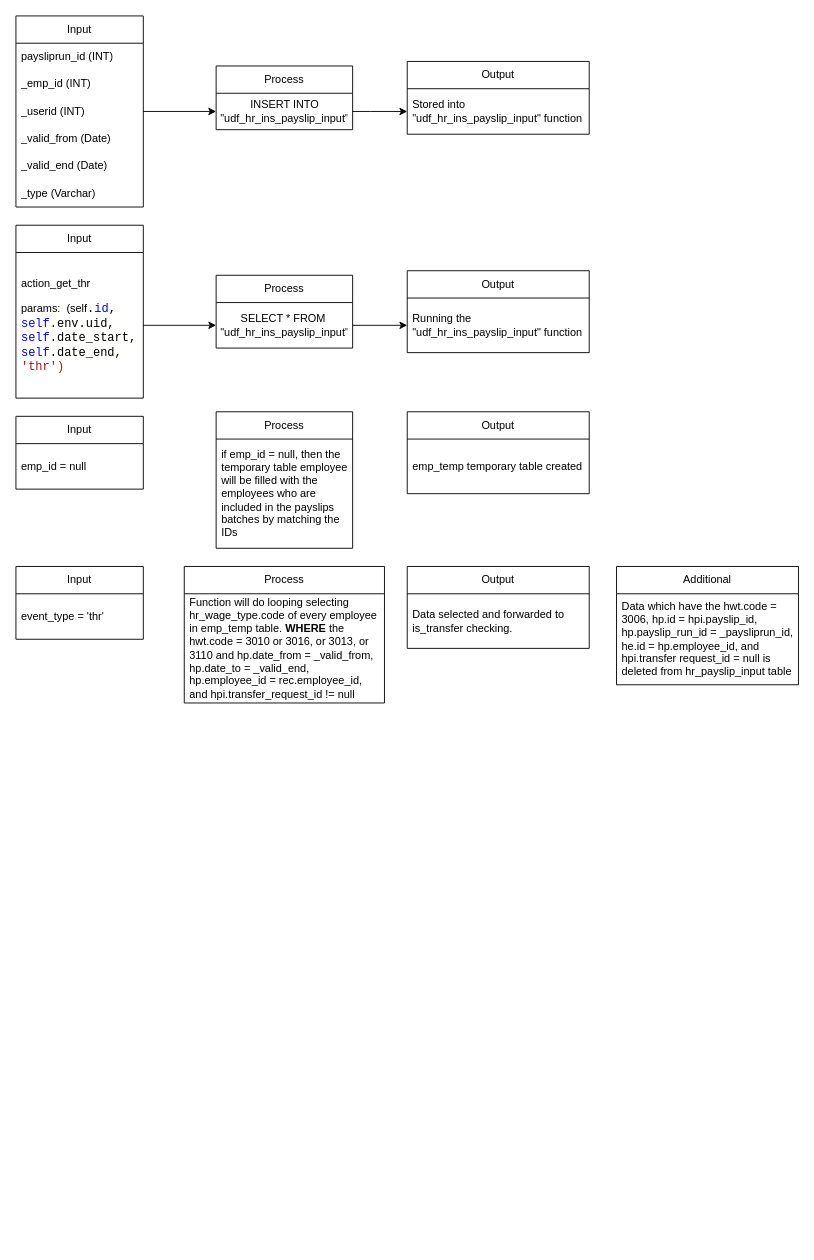
jezreelkosasih/diagram keeps this draw.io diagram as IO payroll.drawio. Above is the earlier version. Source tidied: cells renumbered, new cells numbered last; positions are measured from the earlier drawing's top-left corner, leaving out a move shared by most shapes. Both pictures are drawn from the tidied source at 91%, with x=0, y=0 at pixel (15, 15).
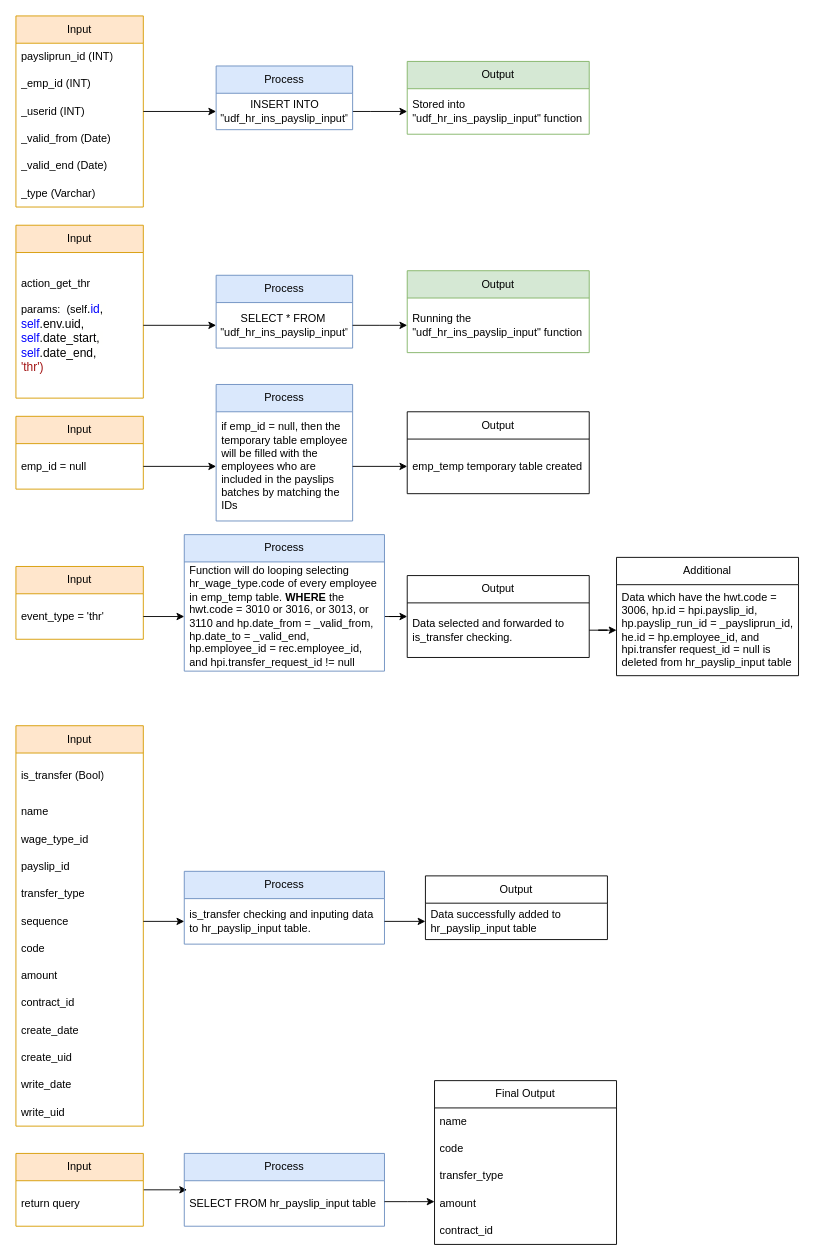
After the change.

The change refers to these unchanged cells:
```xml
<mxCell id="24" value="emp_id = null" style="text;strokeColor=none;fillColor=none;align=left;verticalAlign=middle;spacingLeft=4;spacingRight=4;overflow=hidden;points=[[0,0.5],[1,0.5]];portConstraint=eastwest;whiteSpace=wrap;html=1;" parent="23" vertex="1">
  <mxGeometry y="30" width="140" height="50" as="geometry" />
</mxCell>
<mxCell id="26" value="emp_temp temporary table created" style="text;strokeColor=none;fillColor=none;align=left;verticalAlign=middle;spacingLeft=4;spacingRight=4;overflow=hidden;points=[[0,0.5],[1,0.5]];portConstraint=eastwest;whiteSpace=wrap;html=1;" parent="25" vertex="1">
  <mxGeometry y="30" width="200" height="60" as="geometry" />
</mxCell>
<mxCell id="28" value="&lt;div style=&quot;&quot;&gt;&lt;span style=&quot;background-color: initial;&quot;&gt;if emp_id = null, then the temporary table employee will be filled with the employees who are included in the payslips batches by matching the IDs&lt;/span&gt;&lt;/div&gt;" style="text;strokeColor=none;fillColor=none;align=left;verticalAlign=middle;spacingLeft=4;spacingRight=4;overflow=hidden;points=[[0,0.5],[1,0.5]];portConstraint=eastwest;whiteSpace=wrap;html=1;" parent="27" vertex="1">
  <mxGeometry y="30" width="150" height="120" as="geometry" />
</mxCell>
<mxCell id="30" value="event_type = 'thr'" style="text;strokeColor=none;fillColor=none;align=left;verticalAlign=middle;spacingLeft=4;spacingRight=4;overflow=hidden;points=[[0,0.5],[1,0.5]];portConstraint=eastwest;whiteSpace=wrap;html=1;" parent="29" vertex="1">
  <mxGeometry y="30" width="140" height="50" as="geometry" />
</mxCell>
<mxCell id="32" value="Data selected and forwarded to is_transfer checking." style="text;strokeColor=none;fillColor=none;align=left;verticalAlign=middle;spacingLeft=4;spacingRight=4;overflow=hidden;points=[[0,0.5],[1,0.5]];portConstraint=eastwest;whiteSpace=wrap;html=1;" parent="31" vertex="1">
  <mxGeometry y="30" width="200" height="60" as="geometry" />
</mxCell>
<mxCell id="34" value="&lt;div style=&quot;&quot;&gt;Function will do looping selecting hr_wage_type.code of every employee in emp_temp table. &lt;b&gt;WHERE &lt;/b&gt;the hwt.code = 3010 or 3016, or 3013, or 3110 and hp.date_from = _valid_from, hp.date_to = _valid_end, hp.employee_id = rec.employee_id, and hpi.transfer_request_id != null&amp;nbsp;&lt;/div&gt;" style="text;strokeColor=none;fillColor=none;align=left;verticalAlign=middle;spacingLeft=4;spacingRight=4;overflow=hidden;points=[[0,0.5],[1,0.5]];portConstraint=eastwest;whiteSpace=wrap;html=1;" parent="33" vertex="1">
  <mxGeometry y="30" width="220" height="120" as="geometry" />
</mxCell>
<mxCell id="36" value="Data which have the hwt.code = 3006, hp.id = hpi.payslip_id, hp.payslip_run_id = _paysliprun_id, he.id = hp.employee_id, and hpi.transfer request_id = null is deleted from hr_payslip_input table" style="text;strokeColor=none;fillColor=none;align=left;verticalAlign=middle;spacingLeft=4;spacingRight=4;overflow=hidden;points=[[0,0.5],[1,0.5]];portConstraint=eastwest;whiteSpace=wrap;html=1;" parent="35" vertex="1">
  <mxGeometry y="30" width="200" height="100" as="geometry" />
</mxCell>
```

The edit, as a diff of the source:
```diff
@@
-    <mxCell id="2" value="Input" style="swimlane;fontStyle=0;horizontal=1;startSize=30;whiteSpace=wrap;html=1;" parent="1" vertex="1">
+    <mxCell id="2" value="Input" style="swimlane;fontStyle=0;horizontal=1;startSize=30;whiteSpace=wrap;html=1;fillColor=#ffe6cc;strokeColor=#d79b00;" parent="1" vertex="1">
       <mxGeometry width="140" height="210" as="geometry" />
     </mxCell>
@@
-    <mxCell id="10" value="Process" style="swimlane;fontStyle=0;horizontal=1;startSize=30;whiteSpace=wrap;html=1;" parent="1" vertex="1">
+    <mxCell id="10" value="Process" style="swimlane;fontStyle=0;horizontal=1;startSize=30;whiteSpace=wrap;html=1;fillColor=#dae8fc;strokeColor=#6c8ebf;" parent="1" vertex="1">
       <mxGeometry x="220" y="55" width="150" height="70" as="geometry" />
     </mxCell>
@@
-    <mxCell id="12" value="Output" style="swimlane;fontStyle=0;horizontal=1;startSize=30;whiteSpace=wrap;html=1;" parent="1" vertex="1">
+    <mxCell id="12" value="Output" style="swimlane;fontStyle=0;horizontal=1;startSize=30;whiteSpace=wrap;html=1;fillColor=#d5e8d4;strokeColor=#82b366;" parent="1" vertex="1">
       <mxGeometry x="430" y="50" width="200" height="80" as="geometry" />
     </mxCell>
@@
-    <mxCell id="14" value="Input" style="swimlane;fontStyle=0;horizontal=1;startSize=30;whiteSpace=wrap;html=1;" parent="1" vertex="1">
+    <mxCell id="14" value="Input" style="swimlane;fontStyle=0;horizontal=1;startSize=30;whiteSpace=wrap;html=1;fillColor=#ffe6cc;strokeColor=#d79b00;" parent="1" vertex="1">
       <mxGeometry y="230" width="140" height="190" as="geometry" />
     </mxCell>
-    <mxCell id="15" value="action_get_thr&lt;br&gt;&lt;br&gt;params:&amp;nbsp; (self&lt;span style=&quot;background-color: rgb(255, 255, 254); font-family: Consolas, &amp;quot;Courier New&amp;quot;, monospace; font-size: 13.2px;&quot;&gt;.&lt;/span&gt;&lt;span style=&quot;font-family: Consolas, &amp;quot;Courier New&amp;quot;, monospace; font-size: 13.2px; color: rgb(0, 0, 255);&quot;&gt;id&lt;/span&gt;&lt;span style=&quot;background-color: rgb(255, 255, 254); font-family: Consolas, &amp;quot;Courier New&amp;quot;, monospace; font-size: 13.2px;&quot;&gt;,&amp;nbsp;&lt;br&gt;&lt;/span&gt;&lt;span style=&quot;font-family: Consolas, &amp;quot;Courier New&amp;quot;, monospace; font-size: 13.2px; color: rgb(0, 0, 255);&quot;&gt;self&lt;/span&gt;&lt;span style=&quot;background-color: rgb(255, 255, 254); font-family: Consolas, &amp;quot;Courier New&amp;quot;, monospace; font-size: 13.2px;&quot;&gt;.env.uid,&amp;nbsp;&lt;br&gt;&lt;/span&gt;&lt;span style=&quot;font-family: Consolas, &amp;quot;Courier New&amp;quot;, monospace; font-size: 13.2px; color: rgb(0, 0, 255);&quot;&gt;self&lt;/span&gt;&lt;span style=&quot;background-color: rgb(255, 255, 254); font-family: Consolas, &amp;quot;Courier New&amp;quot;, monospace; font-size: 13.2px;&quot;&gt;.date_start,&amp;nbsp;&lt;br&gt;&lt;/span&gt;&lt;span style=&quot;font-family: Consolas, &amp;quot;Courier New&amp;quot;, monospace; font-size: 13.2px; color: rgb(0, 0, 255);&quot;&gt;self&lt;/span&gt;&lt;span style=&quot;background-color: rgb(255, 255, 254); font-family: Consolas, &amp;quot;Courier New&amp;quot;, monospace; font-size: 13.2px;&quot;&gt;.date_end,&amp;nbsp;&lt;br&gt;&lt;/span&gt;&lt;span style=&quot;font-family: Consolas, &amp;quot;Courier New&amp;quot;, monospace; font-size: 13.2px; color: rgb(163, 21, 21);&quot;&gt;'thr')&lt;/span&gt;" style="text;strokeColor=none;fillColor=none;align=left;verticalAlign=middle;spacingLeft=4;spacingRight=4;overflow=hidden;points=[[0,0.5],[1,0.5]];portConstraint=eastwest;whiteSpace=wrap;html=1;" parent="14" vertex="1">
+    <mxCell id="15" value="action_get_thr&lt;br&gt;&lt;br&gt;params:&amp;nbsp; (self&lt;span style=&quot;background-color: rgb(255, 255, 254); font-size: 13.2px;&quot;&gt;.&lt;/span&gt;&lt;span style=&quot;font-size: 13.2px; color: rgb(0, 0, 255);&quot;&gt;id&lt;/span&gt;&lt;span style=&quot;background-color: rgb(255, 255, 254); font-size: 13.2px;&quot;&gt;,&amp;nbsp;&lt;br&gt;&lt;/span&gt;&lt;span style=&quot;font-size: 13.2px; color: rgb(0, 0, 255);&quot;&gt;self&lt;/span&gt;&lt;span style=&quot;background-color: rgb(255, 255, 254); font-size: 13.2px;&quot;&gt;.env.uid,&amp;nbsp;&lt;br&gt;&lt;/span&gt;&lt;span style=&quot;font-size: 13.2px; color: rgb(0, 0, 255);&quot;&gt;self&lt;/span&gt;&lt;span style=&quot;background-color: rgb(255, 255, 254); font-size: 13.2px;&quot;&gt;.date_start,&amp;nbsp;&lt;br&gt;&lt;/span&gt;&lt;span style=&quot;font-size: 13.2px; color: rgb(0, 0, 255);&quot;&gt;self&lt;/span&gt;&lt;span style=&quot;background-color: rgb(255, 255, 254); font-size: 13.2px;&quot;&gt;.date_end,&amp;nbsp;&lt;br&gt;&lt;/span&gt;&lt;span style=&quot;font-size: 13.2px; color: rgb(163, 21, 21);&quot;&gt;'thr')&lt;/span&gt;" style="text;strokeColor=none;fillColor=none;align=left;verticalAlign=middle;spacingLeft=4;spacingRight=4;overflow=hidden;points=[[0,0.5],[1,0.5]];portConstraint=eastwest;whiteSpace=wrap;html=1;" parent="14" vertex="1">
       <mxGeometry y="30" width="140" height="160" as="geometry" />
     </mxCell>
-    <mxCell id="16" value="Process" style="swimlane;fontStyle=0;horizontal=1;startSize=30;whiteSpace=wrap;html=1;" parent="1" vertex="1">
+    <mxCell id="16" value="Process" style="swimlane;fontStyle=0;horizontal=1;startSize=30;whiteSpace=wrap;html=1;fillColor=#dae8fc;strokeColor=#6c8ebf;" parent="1" vertex="1">
       <mxGeometry x="220" y="285" width="150" height="80" as="geometry" />
     </mxCell>
@@
-    <mxCell id="18" value="Output" style="swimlane;fontStyle=0;horizontal=1;startSize=30;whiteSpace=wrap;html=1;" parent="1" vertex="1">
+    <mxCell id="18" value="Output" style="swimlane;fontStyle=0;horizontal=1;startSize=30;whiteSpace=wrap;html=1;fillColor=#d5e8d4;strokeColor=#82b366;" parent="1" vertex="1">
       <mxGeometry x="430" y="280" width="200" height="90" as="geometry" />
     </mxCell>
@@
-    <mxCell id="23" value="Input" style="swimlane;fontStyle=0;horizontal=1;startSize=30;whiteSpace=wrap;html=1;" parent="1" vertex="1">
+    <mxCell id="23" value="Input" style="swimlane;fontStyle=0;horizontal=1;startSize=30;whiteSpace=wrap;html=1;fillColor=#ffe6cc;strokeColor=#d79b00;" parent="1" vertex="1">
       <mxGeometry y="440" width="140" height="80" as="geometry" />
     </mxCell>
@@
-    <mxCell id="27" value="Process" style="swimlane;fontStyle=0;horizontal=1;startSize=30;whiteSpace=wrap;html=1;" parent="1" vertex="1">
-      <mxGeometry x="220" y="435" width="150" height="150" as="geometry" />
+    <mxCell id="27" value="Process" style="swimlane;fontStyle=0;horizontal=1;startSize=30;whiteSpace=wrap;html=1;fillColor=#dae8fc;strokeColor=#6c8ebf;" parent="1" vertex="1">
+      <mxGeometry x="220" y="405" width="150" height="150" as="geometry" />
     </mxCell>
@@
-    <mxCell id="29" value="Input" style="swimlane;fontStyle=0;horizontal=1;startSize=30;whiteSpace=wrap;html=1;" parent="1" vertex="1">
+    <mxCell id="29" value="Input" style="swimlane;fontStyle=0;horizontal=1;startSize=30;whiteSpace=wrap;html=1;fillColor=#ffe6cc;strokeColor=#d79b00;" parent="1" vertex="1">
       <mxGeometry y="605" width="140" height="80" as="geometry" />
     </mxCell>
@@
+    <mxCell id="37" style="edgeStyle=orthogonalEdgeStyle;rounded=0;jettySize=auto;html=1;fontFamily=Helvetica;endArrow=none;endFill=0;startArrow=classic;startFill=1;" parent="1" edge="1" source="31" target="34">
+      <mxGeometry relative="1" as="geometry" />
+    </mxCell>
     <mxCell id="31" value="Output" style="swimlane;fontStyle=0;horizontal=1;startSize=30;whiteSpace=wrap;html=1;" parent="1" vertex="1">
-      <mxGeometry x="430" y="605" width="200" height="90" as="geometry" />
+      <mxGeometry x="430" y="615" width="200" height="90" as="geometry" />
     </mxCell>
@@
-    <mxCell id="33" value="Process" style="swimlane;fontStyle=0;horizontal=1;startSize=30;whiteSpace=wrap;html=1;" parent="1" vertex="1">
-      <mxGeometry x="185" y="605" width="220" height="150" as="geometry" />
+    <mxCell id="33" value="Process" style="swimlane;fontStyle=0;horizontal=1;startSize=30;whiteSpace=wrap;html=1;fillColor=#dae8fc;strokeColor=#6c8ebf;" parent="1" vertex="1">
+      <mxGeometry x="185" y="570" width="220" height="150" as="geometry" />
     </mxCell>
@@
     <mxCell id="35" value="Additional" style="swimlane;fontStyle=0;horizontal=1;startSize=30;whiteSpace=wrap;html=1;" parent="1" vertex="1">
-      <mxGeometry x="660" y="605" width="200" height="130" as="geometry" />
+      <mxGeometry x="660" y="595" width="200" height="130" as="geometry" />
     </mxCell>
@@
+    <mxCell id="38" value="Input" style="swimlane;fontStyle=0;horizontal=1;startSize=30;whiteSpace=wrap;html=1;fillColor=#ffe6cc;strokeColor=#d79b00;" parent="1" vertex="1">
+      <mxGeometry y="780" width="140" height="440" as="geometry" />
+    </mxCell>
+    <mxCell id="39" value="is_transfer (Bool)" style="text;strokeColor=none;fillColor=none;align=left;verticalAlign=middle;spacingLeft=4;spacingRight=4;overflow=hidden;whiteSpace=wrap;html=1;" parent="38" vertex="1">
+      <mxGeometry y="30" width="140" height="50" as="geometry" />
+    </mxCell>
+    <mxCell id="40" value="name" style="text;strokeColor=none;fillColor=none;align=left;verticalAlign=middle;spacingLeft=4;spacingRight=4;overflow=hidden;whiteSpace=wrap;html=1;" parent="38" vertex="1">
+      <mxGeometry y="80" width="140" height="30" as="geometry" />
+    </mxCell>
+    <mxCell id="41" value="wage_type_id" style="text;strokeColor=none;fillColor=none;align=left;verticalAlign=middle;spacingLeft=4;spacingRight=4;overflow=hidden;whiteSpace=wrap;html=1;" parent="38" vertex="1">
+      <mxGeometry y="110" width="140" height="30" as="geometry" />
+    </mxCell>
+    <mxCell id="42" value="payslip_id" style="text;strokeColor=none;fillColor=none;align=left;verticalAlign=middle;spacingLeft=4;spacingRight=4;overflow=hidden;whiteSpace=wrap;html=1;" parent="38" vertex="1">
+      <mxGeometry y="140" width="140" height="30" as="geometry" />
+    </mxCell>
+    <mxCell id="43" value="transfer_type" style="text;strokeColor=none;fillColor=none;align=left;verticalAlign=middle;spacingLeft=4;spacingRight=4;overflow=hidden;whiteSpace=wrap;html=1;" parent="38" vertex="1">
+      <mxGeometry y="170" width="140" height="30" as="geometry" />
+    </mxCell>
+    <mxCell id="44" value="sequence" style="text;strokeColor=none;fillColor=none;align=left;verticalAlign=middle;spacingLeft=4;spacingRight=4;overflow=hidden;points=[[0,0.5],[1,0.5]];portConstraint=eastwest;whiteSpace=wrap;html=1;" parent="38" vertex="1">
+      <mxGeometry y="200" width="140" height="30" as="geometry" />
+    </mxCell>
+    <mxCell id="45" value="code" style="text;strokeColor=none;fillColor=none;align=left;verticalAlign=middle;spacingLeft=4;spacingRight=4;overflow=hidden;whiteSpace=wrap;html=1;" parent="38" vertex="1">
+      <mxGeometry y="230" width="140" height="30" as="geometry" />
+    </mxCell>
+    <mxCell id="46" value="amount" style="text;strokeColor=none;fillColor=none;align=left;verticalAlign=middle;spacingLeft=4;spacingRight=4;overflow=hidden;whiteSpace=wrap;html=1;" parent="38" vertex="1">
+      <mxGeometry y="260" width="140" height="30" as="geometry" />
+    </mxCell>
+    <mxCell id="47" value="contract_id" style="text;strokeColor=none;fillColor=none;align=left;verticalAlign=middle;spacingLeft=4;spacingRight=4;overflow=hidden;whiteSpace=wrap;html=1;" parent="38" vertex="1">
+      <mxGeometry y="290" width="140" height="30" as="geometry" />
+    </mxCell>
+    <mxCell id="48" value="create_date" style="text;strokeColor=none;fillColor=none;align=left;verticalAlign=middle;spacingLeft=4;spacingRight=4;overflow=hidden;whiteSpace=wrap;html=1;" parent="38" vertex="1">
+      <mxGeometry y="320" width="140" height="30" as="geometry" />
+    </mxCell>
+    <mxCell id="49" value="create_uid" style="text;strokeColor=none;fillColor=none;align=left;verticalAlign=middle;spacingLeft=4;spacingRight=4;overflow=hidden;whiteSpace=wrap;html=1;" parent="38" vertex="1">
+      <mxGeometry y="350" width="140" height="30" as="geometry" />
+    </mxCell>
+    <mxCell id="50" value="write_date" style="text;strokeColor=none;fillColor=none;align=left;verticalAlign=middle;spacingLeft=4;spacingRight=4;overflow=hidden;whiteSpace=wrap;html=1;" parent="38" vertex="1">
+      <mxGeometry y="380" width="140" height="30" as="geometry" />
+    </mxCell>
+    <mxCell id="51" value="write_uid" style="text;strokeColor=none;fillColor=none;align=left;verticalAlign=middle;spacingLeft=4;spacingRight=4;overflow=hidden;whiteSpace=wrap;html=1;" parent="38" vertex="1">
+      <mxGeometry y="410" width="140" height="30" as="geometry" />
+    </mxCell>
+    <mxCell id="52" value="Output" style="swimlane;fontStyle=0;horizontal=1;startSize=30;whiteSpace=wrap;html=1;" parent="1" vertex="1">
+      <mxGeometry x="450" y="945" width="200" height="70" as="geometry" />
+    </mxCell>
+    <mxCell id="53" value="Data successfully added to hr_payslip_input table" style="text;strokeColor=none;fillColor=none;align=left;verticalAlign=middle;spacingLeft=4;spacingRight=4;overflow=hidden;points=[[0,0.5],[1,0.5]];portConstraint=eastwest;whiteSpace=wrap;html=1;" parent="52" vertex="1">
+      <mxGeometry y="30" width="200" height="40" as="geometry" />
+    </mxCell>
+    <mxCell id="54" value="Process" style="swimlane;fontStyle=0;horizontal=1;startSize=30;whiteSpace=wrap;html=1;fillColor=#dae8fc;strokeColor=#6c8ebf;" parent="1" vertex="1">
+      <mxGeometry x="185" y="940" width="220" height="80" as="geometry" />
+    </mxCell>
+    <mxCell id="55" value="&lt;div style=&quot;&quot;&gt;is_transfer checking and inputing data to hr_payslip_input table.&lt;/div&gt;" style="text;strokeColor=none;fillColor=none;align=left;verticalAlign=middle;spacingLeft=4;spacingRight=4;overflow=hidden;points=[[0,0.5],[1,0.5]];portConstraint=eastwest;whiteSpace=wrap;html=1;" parent="54" vertex="1">
+      <mxGeometry y="30" width="220" height="50" as="geometry" />
+    </mxCell>
+    <mxCell id="56" value="Final Output" style="swimlane;fontStyle=0;horizontal=1;startSize=30;whiteSpace=wrap;html=1;" parent="1" vertex="1">
+      <mxGeometry x="460" y="1170" width="200" height="180" as="geometry" />
+    </mxCell>
+    <mxCell id="57" value="name" style="text;strokeColor=none;fillColor=none;align=left;verticalAlign=middle;spacingLeft=4;spacingRight=4;overflow=hidden;whiteSpace=wrap;html=1;" parent="56" vertex="1">
+      <mxGeometry y="30" width="200" height="30" as="geometry" />
+    </mxCell>
+    <mxCell id="58" value="code" style="text;strokeColor=none;fillColor=none;align=left;verticalAlign=middle;spacingLeft=4;spacingRight=4;overflow=hidden;whiteSpace=wrap;html=1;" parent="56" vertex="1">
+      <mxGeometry y="60" width="200" height="30" as="geometry" />
+    </mxCell>
+    <mxCell id="59" value="transfer_type" style="text;strokeColor=none;fillColor=none;align=left;verticalAlign=middle;spacingLeft=4;spacingRight=4;overflow=hidden;whiteSpace=wrap;html=1;" parent="56" vertex="1">
+      <mxGeometry y="90" width="200" height="30" as="geometry" />
+    </mxCell>
+    <mxCell id="60" value="amount" style="text;strokeColor=none;fillColor=none;align=left;verticalAlign=middle;spacingLeft=4;spacingRight=4;overflow=hidden;whiteSpace=wrap;html=1;" parent="56" vertex="1">
+      <mxGeometry y="120" width="200" height="30" as="geometry" />
+    </mxCell>
+    <mxCell id="61" value="contract_id" style="text;strokeColor=none;fillColor=none;align=left;verticalAlign=middle;spacingLeft=4;spacingRight=4;overflow=hidden;whiteSpace=wrap;html=1;" parent="56" vertex="1">
+      <mxGeometry y="150" width="200" height="30" as="geometry" />
+    </mxCell>
+    <mxCell id="62" style="edgeStyle=orthogonalEdgeStyle;rounded=0;jettySize=auto;html=1;fontFamily=Helvetica;" parent="1" edge="1" source="44" target="55">
+      <mxGeometry relative="1" as="geometry" />
+    </mxCell>
+    <mxCell id="63" style="edgeStyle=orthogonalEdgeStyle;rounded=0;jettySize=auto;html=1;fontFamily=Helvetica;" parent="1" edge="1" source="55" target="53">
+      <mxGeometry relative="1" as="geometry" />
+    </mxCell>
+    <mxCell id="64" style="edgeStyle=orthogonalEdgeStyle;rounded=0;jettySize=auto;html=1;fontFamily=Helvetica;" parent="1" edge="1" source="24" target="28">
+      <mxGeometry relative="1" as="geometry" />
+    </mxCell>
+    <mxCell id="65" style="edgeStyle=orthogonalEdgeStyle;rounded=0;jettySize=auto;html=1;fontFamily=Helvetica;" parent="1" edge="1" source="28" target="26">
+      <mxGeometry relative="1" as="geometry" />
+    </mxCell>
+    <mxCell id="66" style="edgeStyle=orthogonalEdgeStyle;rounded=0;jettySize=auto;html=1;fontFamily=Helvetica;" parent="1" edge="1" source="30" target="34">
+      <mxGeometry relative="1" as="geometry" />
+    </mxCell>
+    <mxCell id="67" style="edgeStyle=orthogonalEdgeStyle;rounded=0;jettySize=auto;html=1;fontFamily=Helvetica;startArrow=none;startFill=0;endArrow=classic;endFill=1;" parent="1" edge="1" source="32" target="36">
+      <mxGeometry relative="1" as="geometry" />
+    </mxCell>
+    <mxCell id="68" style="edgeStyle=orthogonalEdgeStyle;rounded=0;jettySize=auto;html=1;fontFamily=Helvetica;startArrow=none;startFill=0;endArrow=classic;endFill=1;entryX=0.014;entryY=0.2;entryDx=0;entryDy=0;entryPerimeter=0;" parent="1" edge="1" source="69" target="72">
+      <mxGeometry relative="1" as="geometry" />
+    </mxCell>
+    <mxCell id="69" value="Input" style="swimlane;fontStyle=0;horizontal=1;startSize=30;whiteSpace=wrap;html=1;fillColor=#ffe6cc;strokeColor=#d79b00;" parent="1" vertex="1">
+      <mxGeometry y="1250" width="140" height="80" as="geometry" />
+    </mxCell>
+    <mxCell id="70" value="return query" style="text;strokeColor=none;fillColor=none;align=left;verticalAlign=middle;spacingLeft=4;spacingRight=4;overflow=hidden;whiteSpace=wrap;html=1;" parent="69" vertex="1">
+      <mxGeometry y="30" width="140" height="50" as="geometry" />
+    </mxCell>
+    <mxCell id="71" value="Process" style="swimlane;fontStyle=0;horizontal=1;startSize=30;whiteSpace=wrap;html=1;fillColor=#dae8fc;strokeColor=#6c8ebf;" parent="1" vertex="1">
+      <mxGeometry x="185" y="1250" width="220" height="80" as="geometry" />
+    </mxCell>
+    <mxCell id="72" value="&lt;div style=&quot;&quot;&gt;SELECT FROM hr_payslip_input table&lt;/div&gt;" style="text;strokeColor=none;fillColor=none;align=left;verticalAlign=middle;spacingLeft=4;spacingRight=4;overflow=hidden;points=[[0,0.5],[1,0.5]];portConstraint=eastwest;whiteSpace=wrap;html=1;" parent="71" vertex="1">
+      <mxGeometry y="30" width="220" height="50" as="geometry" />
+    </mxCell>
+    <mxCell id="73" style="edgeStyle=orthogonalEdgeStyle;rounded=0;jettySize=auto;html=1;fontFamily=Helvetica;startArrow=none;startFill=0;endArrow=classic;endFill=1;" parent="1" edge="1" source="72">
+      <mxGeometry relative="1" as="geometry">
+        <mxPoint x="460" y="1303" as="targetPoint" />
+        <Array as="points">
+          <mxPoint x="430" y="1303" />
+          <mxPoint x="430" y="1303" />
+        </Array>
+      </mxGeometry>
+    </mxCell>
```
